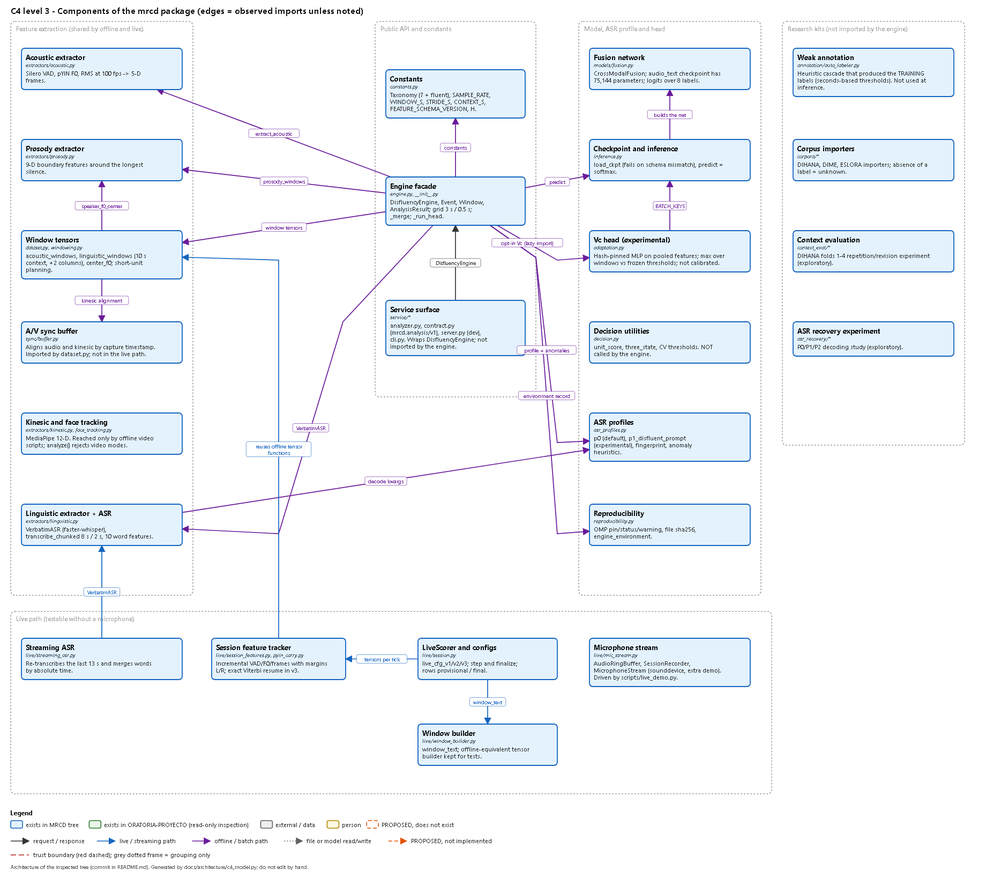
Above: docs/architecture/c4_3_components.png in oratorIA-ProyectoTesis/MRCD (Mermaid), before the change. Its source is kept beside it as docs/architecture/c4_3_components.mmd.
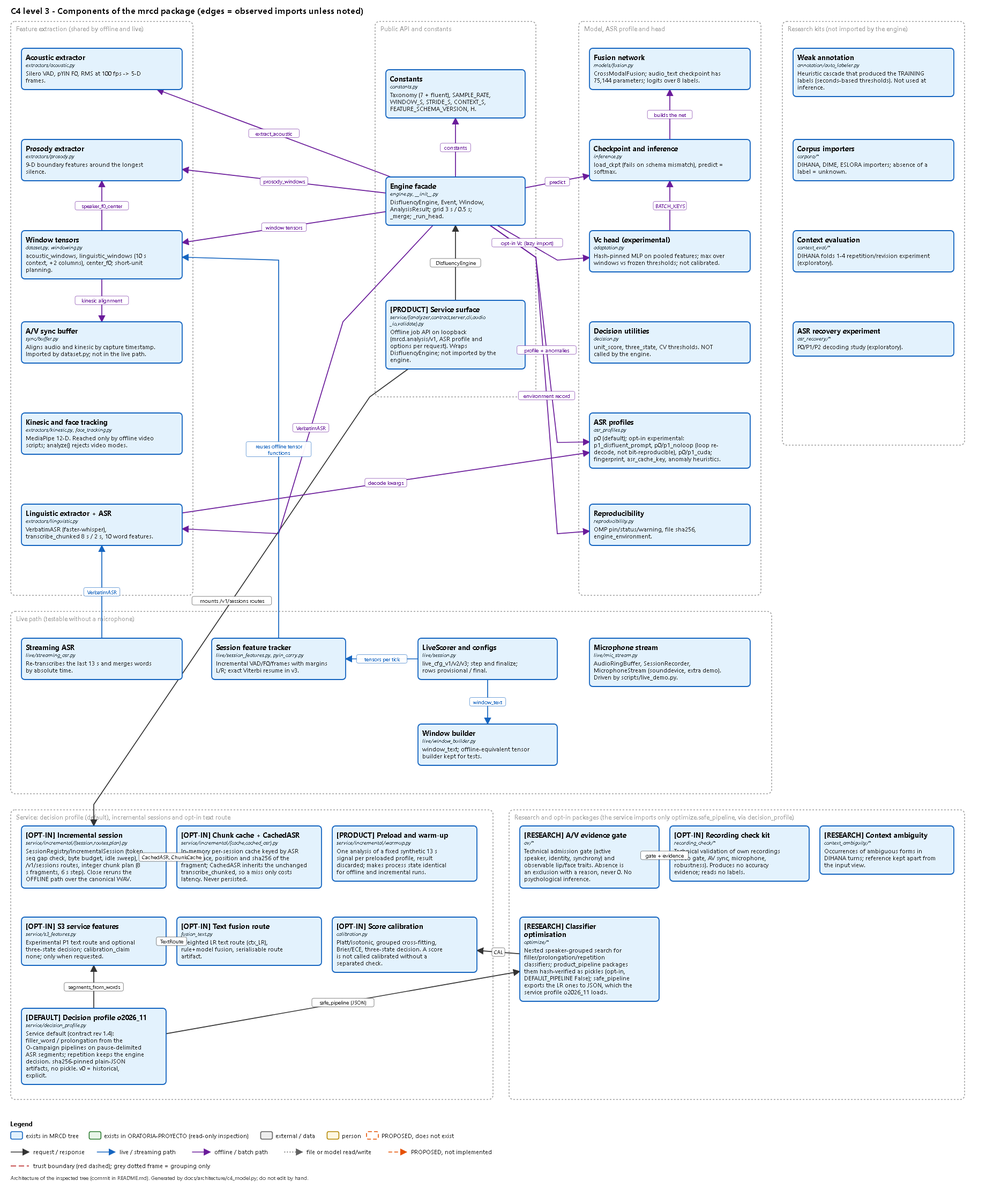
The same file after the commit.

What changed in the source:
```diff
@@ -10,14 +10,14 @@
   subgraph api["Public API and constants"]
     pub["<b>Engine facade</b><br/><i>engine.py, __init__.py</i><br/>DisfluencyEngine, Event, Window, AnalysisResult; grid 3 s / 0.5 s; _merge; _run_head."]:::cur
     consts["<b>Constants</b><br/><i>constants.py</i><br/>Taxonomy (7 + fluent), SAMPLE_RATE, WINDOW_S, STRIDE_S, CONTEXT_S, FEATURE_SCHEMA_VERSION, H."]:::cur
-    service["<b>Service surface</b><br/><i>service/*</i><br/>analyzer.py, contract.py (mrcd.analysis/v1), server.py (dev), cli.py. Wraps DisfluencyEngine; not imported by the engine."]:::cur
+    service["<b>[PRODUCT] Service surface</b><br/><i>service/{analyzer,contract,server,cli,audio_io,validate}.py</i><br/>Offline job API on loopback (mrcd.analysis/v1, ASR profile and options per request). Wraps DisfluencyEngine; not imported by the engine."]:::cur
   end
   subgraph model["Model, ASR profile and head"]
     fusion["<b>Fusion network</b><br/><i>models/fusion.py</i><br/>CrossModalFusion; audio_text checkpoint has 75,144 parameters; logits over 8 labels."]:::cur
     infer["<b>Checkpoint and inference</b><br/><i>inference.py</i><br/>load_ckpt (fails on schema mismatch), predict = softmax."]:::cur
     head["<b>Vc head (experimental)</b><br/><i>adaptation.py</i><br/>Hash-pinned MLP on pooled features; max over windows vs frozen thresholds; not calibrated."]:::cur
     decision["<b>Decision utilities</b><br/><i>decision.py</i><br/>unit_score, three_state, CV thresholds. NOT called by the engine."]:::cur
-    profiles["<b>ASR profiles</b><br/><i>asr_profiles.py</i><br/>p0 (default), p1_disfluent_prompt (experimental), fingerprint, anomaly heuristics."]:::cur
+    profiles["<b>ASR profiles</b><br/><i>asr_profiles.py</i><br/>p0 (default); opt-in experimental: p1_disfluent_prompt, p0/p1_noloop (loop re-decode, not bit-reproducible), p0/p1_cuda; fingerprint, asr_cache_key, anomaly heuristics."]:::cur
     repro["<b>Reproducibility</b><br/><i>reproducibility.py</i><br/>OMP pin/status/warning, file sha256, engine_environment."]:::cur
   end
   subgraph kit["Research kits (not imported by the engine)"]
@@ -33,8 +33,30 @@
     mic["<b>Microphone stream</b><br/><i>live/mic_stream.py</i><br/>AudioRingBuffer, SessionRecorder, MicrophoneStream (sounddevice, extra demo). Driven by scripts/live_demo.py."]:::cur
     wbuild["<b>Window builder</b><br/><i>live/window_builder.py</i><br/>window_text; offline-equivalent tensor builder kept for tests."]:::cur
   end
+  subgraph svcinc["Service: decision profile (default), incremental sessions and opt-in text route"]
+    incr["<b>[OPT-IN] Incremental session</b><br/><i>service/incremental/{session,routes,plan}.py</i><br/>SessionRegistry/IncrementalSession (token, seq gap check, byte budget, idle sweep), /v1/sessions routes, integer chunk plan (8 s fragments, 6 s step). Close reruns the OFFLINE path over the canonical WAV."]:::cur
+    ccache["<b>[OPT-IN] Chunk cache + CachedASR</b><br/><i>service/incremental/{cache,cached_asr}.py</i><br/>In-memory per-session cache keyed by ASR namespace, position and sha256 of the fragment; CachedASR inherits the unchanged transcribe_chunked, so a miss only costs latency. Never persisted."]:::cur
+    warm["<b>[PRODUCT] Preload and warm-up</b><br/><i>service/incremental/warmup.py</i><br/>One analysis of a fixed synthetic 13 s signal per preloaded profile, result discarded; makes process state identical for offline and incremental runs."]:::cur
+    s3feat["<b>[OPT-IN] S3 service features</b><br/><i>service/s3_features.py</i><br/>Experimental P1 text route and optional three-state decision; calibration_claim none; only when requested."]:::cur
+    dprof["<b>[DEFAULT] Decision profile o2026_11</b><br/><i>service/decision_profile.py</i><br/>Service default (contract rev 1.4): filler_word / prolongation from the O-campaign pipelines on pause-delimited ASR segments; repetition keeps the engine decision. sha256-pinned plain-JSON artifacts, no pickle. v0 = historical, explicit."]:::cur
+    fustext["<b>[OPT-IN] Text fusion route</b><br/><i>fusion_text.py</i><br/>Weighted LR text route (ctx_LR), rule+model fusion, serialisable route artifact."]:::cur
+    calib["<b>[OPT-IN] Score calibration</b><br/><i>calibration.py</i><br/>Platt/isotonic, grouped cross-fitting, Brier/ECE, three-state decision. A score is not called calibrated without a separated check."]:::cur
+  end
+  subgraph optin["Research and opt-in packages (the service imports only optimize.safe_pipeline, via decision_profile)"]
+    av["<b>[RESEARCH] A/V evidence gate</b><br/><i>av/*</i><br/>Technical admission gate (active speaker, identity, synchrony) and observable lip/face traits. Absence is an exclusion with a reason, never 0. No psychological inference."]:::cur
+    recchk["<b>[OPT-IN] Recording check kit</b><br/><i>recording_check/*</i><br/>Technical validation of own recordings (video gate, AV sync, microphone, robustness). Produces no accuracy evidence; reads no labels."]:::cur
+    ctxamb["<b>[RESEARCH] Context ambiguity</b><br/><i>context_ambiguity/*</i><br/>Occurrences of ambiguous forms in DIHANA turns; reference kept apart from the input view."]:::cur
+    optim["<b>[RESEARCH] Classifier optimisation</b><br/><i>optimize/*</i><br/>Nested speaker-grouped search for filler/prolongation/repetition classifiers; product_pipeline packages them hash-verified as pickles (opt-in, DEFAULT_PIPELINE False); safe_pipeline exports the LR ones to JSON, which the service profile o2026_11 loads."]:::cur
+  end
   pub -->|"constants"| consts
   service -->|"DisfluencyEngine"| pub
+  service -->|"mounts /v1/sessions routes"| incr
+  incr -->|"CachedASR, ChunkCache"| ccache
+  s3feat -->|"TextRoute"| fustext
+  dprof -->|"safe_pipeline (JSON)"| optim
+  dprof -->|"segments_from_words"| s3feat
+  recchk -->|"gate + evidence"| av
+  optim -->|"CAL"| calib
   pub -->|"extract_acoustic"| acoustic
   pub -->|"prosody_windows"| prosody
   pub -->|"window tensors"| windows
```
